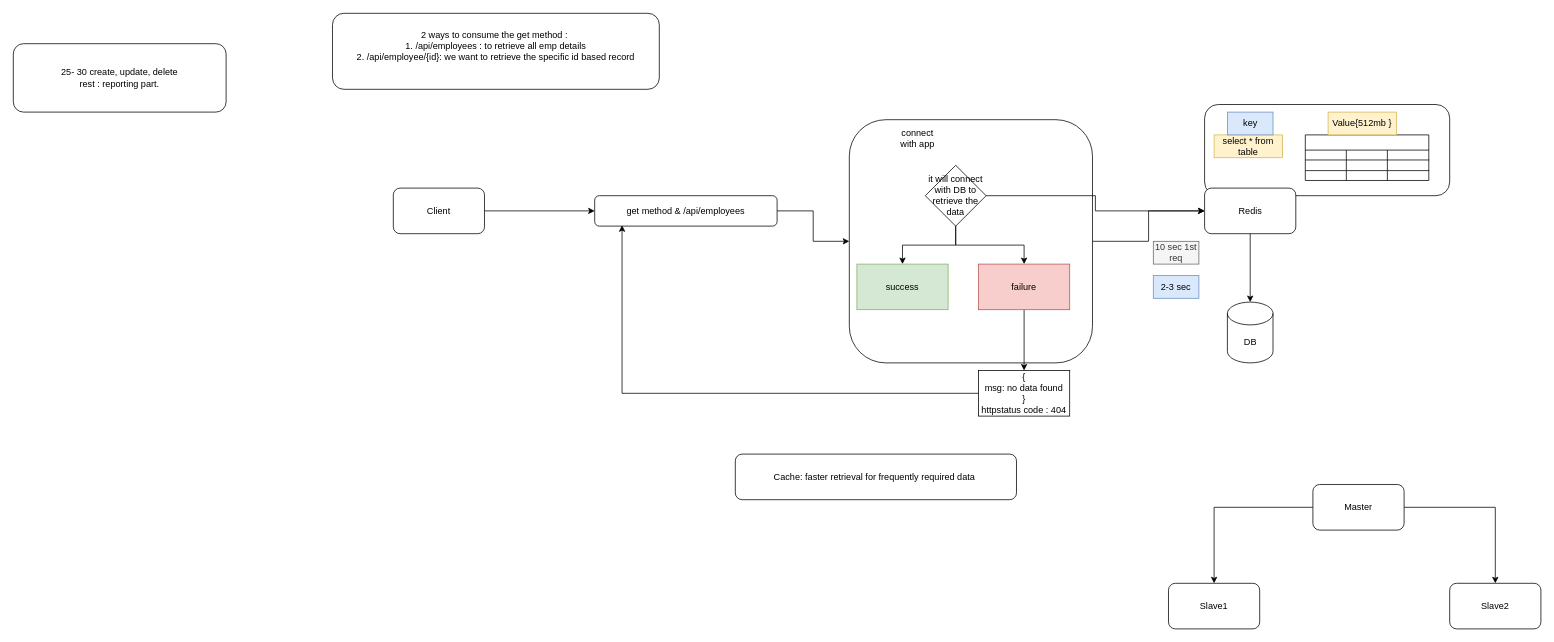
Before: page "rest get method" (4 of 6) of Untitled Diagram.drawio in abhinandanchivate/adobe-api2, a draw.io diagram. Source tidied: cells renumbered, new cells numbered last; positions are measured from the earlier drawing's top-left corner, leaving out a move shared by most shapes. Both pictures are drawn from the tidied source at 76%, with x=0, y=0 at pixel (13, 13).
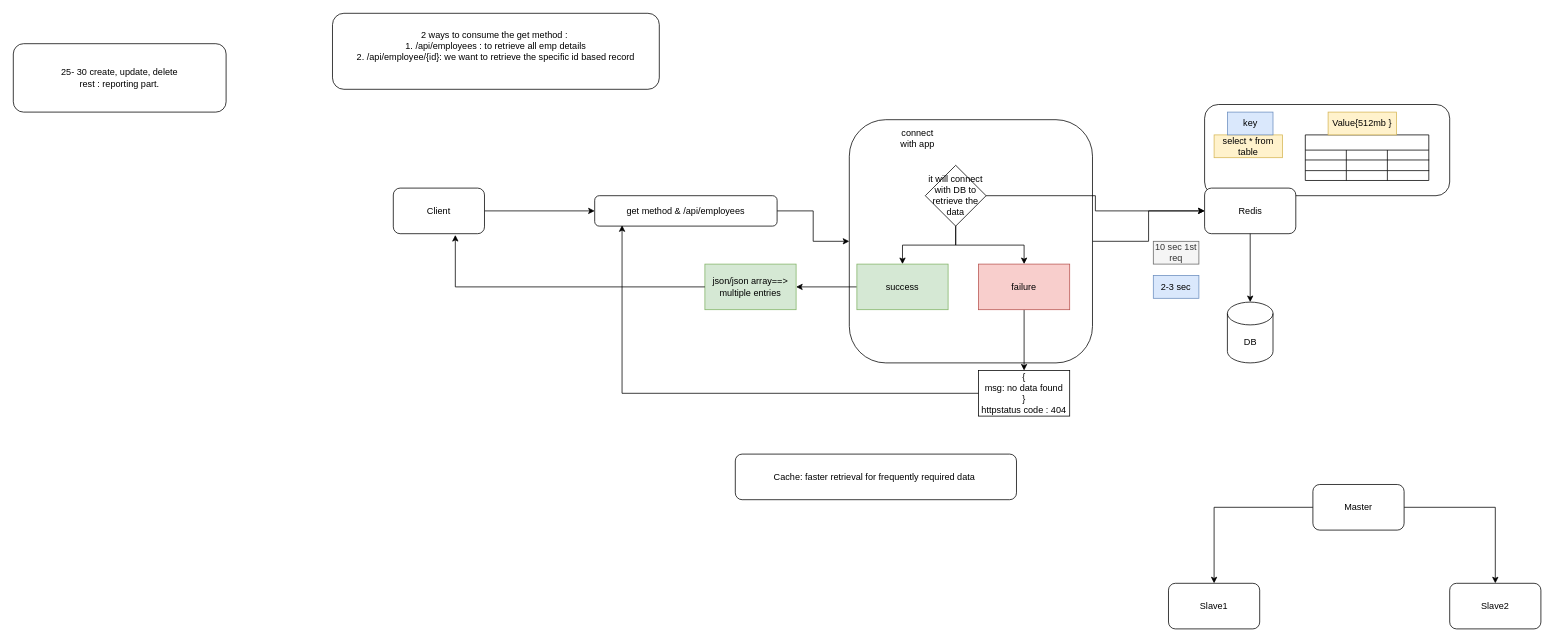
After the change.

Unchanged cells that the change refers to:
```xml
<mxCell id="5" value="Client" style="rounded=1;whiteSpace=wrap;html=1;" parent="1" vertex="1">
  <mxGeometry x="500" y="230" width="120" height="60" as="geometry" />
</mxCell>
<mxCell id="18" value="success" style="whiteSpace=wrap;html=1;fillColor=#d5e8d4;strokeColor=#82b366;" parent="1" vertex="1">
  <mxGeometry x="1110" y="330" width="120" height="60" as="geometry" />
</mxCell>
```

The edit, as a diff of the source:
```diff
@@
+    <mxCell id="48" style="edgeStyle=orthogonalEdgeStyle;rounded=0;jettySize=auto;html=1;" parent="1" edge="1" source="18" target="49">
+      <mxGeometry relative="1" as="geometry" />
+    </mxCell>
@@
+    <mxCell id="49" value="json/json array==&amp;gt; multiple entries" style="whiteSpace=wrap;html=1;fillColor=#d5e8d4;strokeColor=#82b366;" parent="1" vertex="1">
+      <mxGeometry x="910" y="330" width="120" height="60" as="geometry" />
+    </mxCell>
+    <mxCell id="50" style="edgeStyle=orthogonalEdgeStyle;rounded=0;jettySize=auto;html=1;entryX=0.68;entryY=1.028;entryDx=0;entryDy=0;entryPerimeter=0;" parent="1" edge="1" source="49" target="5">
+      <mxGeometry relative="1" as="geometry" />
+    </mxCell>
```
